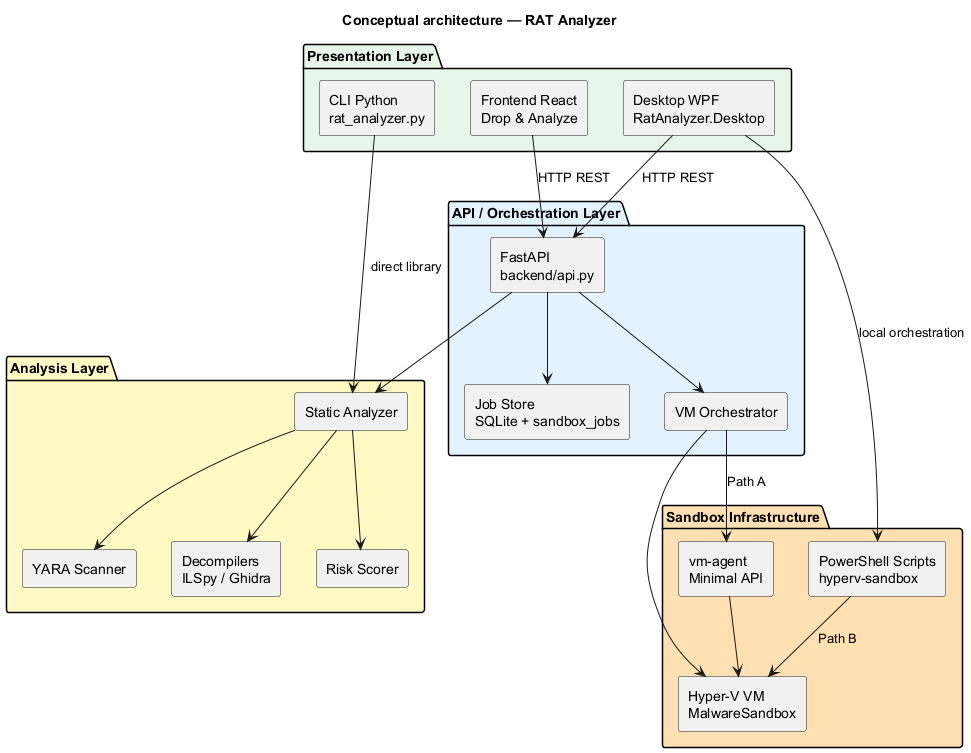
The PlantUML diagram relatório/imagens/fig-4-4-architecture.png in tlxp/PROJETO, before a commit.
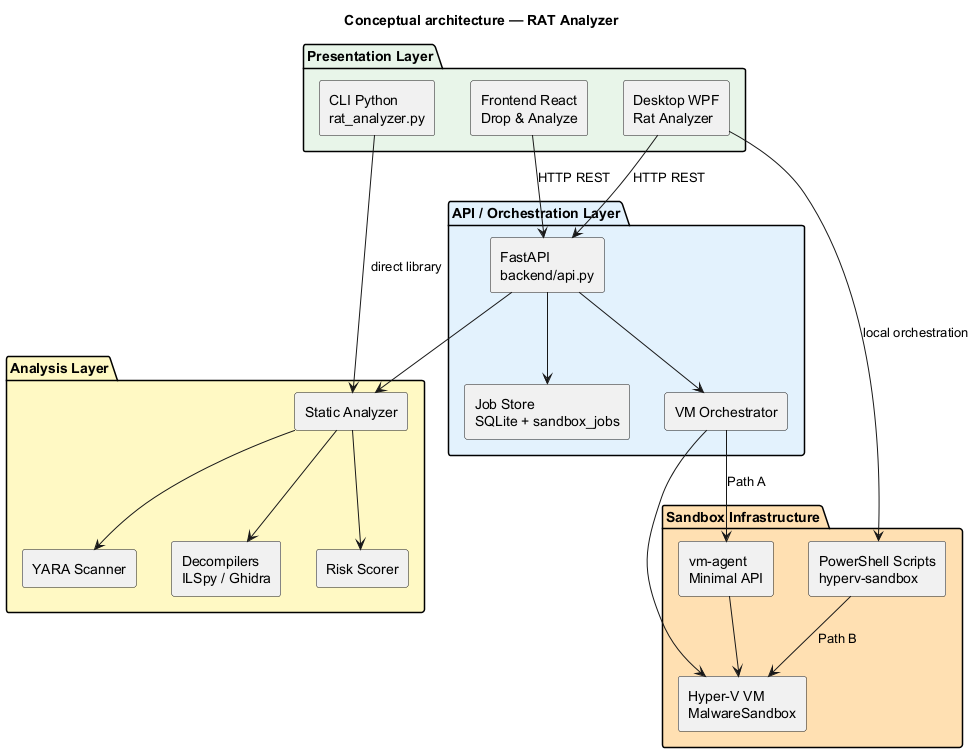
After the change.

Change to the diagram source:
```diff
@@ -5,7 +5,7 @@
 
 package "Presentation Layer" #E8F5E9 {
   [Frontend React\nDrop & Analyze] as FE
-  [Desktop WPF\nRatAnalyzer.Desktop] as WPF
+  [Desktop WPF\nRat Analyzer] as WPF
   [CLI Python\nrat_analyzer.py] as CLI
 }
 
```
